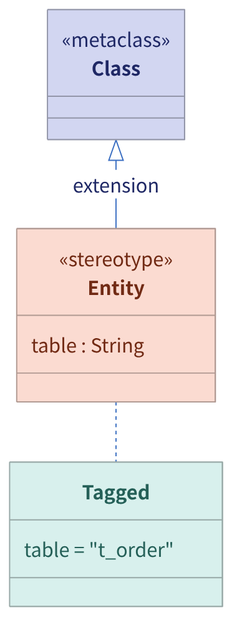
Above: docs/assets/profile.png in huang-hee/diagram-kit (Mermaid), before the change. Its source is kept beside it as docs/assets/profile.mmd. Source of this version:
```mermaid
---
config:
  theme: base
  fontFamily: "PingFang SC, Microsoft YaHei, Noto Sans CJK SC, Source Han Sans SC, sans-serif"
  themeVariables:
    background: "#FFFFFF"
    primaryColor: "#FFFFFF"
    primaryBorderColor: "#3B6FC2"
    primaryTextColor: "#33384A"
    nodeTextColor: "#33384A"
    secondaryColor: "#FBDBD1"
    tertiaryColor: "#EBF1F9"
    lineColor: "#3B6FC2"
    textColor: "#33384A"
    clusterBkg: "#EBF1F9"
    clusterBorder: "#3B6FC2"
    edgeLabelBackground: "#FFFFFF"
    titleColor: "#33384A"
    noteBkgColor: "#FFF6CE"
    noteBorderColor: "#A6A086"
    noteTextColor: "#33384A"
    classText: "#1F2865"
---
classDiagram
  class Entity {
    <<stereotype>>
    table : String
  }
  class Class {
    <<metaclass>>
  }
  class Tagged {
    table = "t_order"
  }
  Class <|-- Entity : extension
  Entity .. Tagged
  class Entity:::stereo
  class Class:::meta
  class Tagged:::tagged
classDef stereo fill:#FBDBD1,stroke:#B09992,color:#712A14
classDef meta fill:#D2D6F1,stroke:#9396A9,color:#1F2865
classDef tagged fill:#D8F0ED,stroke:#97A8A6,color:#256058
```
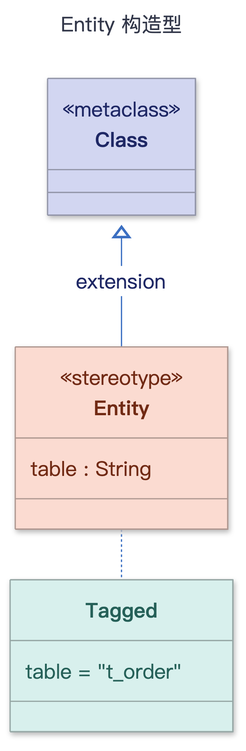
After the change.

Change to the diagram source:
```diff
@@ -1,7 +1,14 @@
 ---
+title: "Entity 构造型"
 config:
   theme: base
   fontFamily: "PingFang SC, Microsoft YaHei, Noto Sans CJK SC, Source Han Sans SC, sans-serif"
+  flowchart:
+    curve: "step"
+    nodeSpacing: 50
+    rankSpacing: 60
+    padding: 12
+    wrappingWidth: 300
   themeVariables:
     background: "#FFFFFF"
     primaryColor: "#FFFFFF"
```
